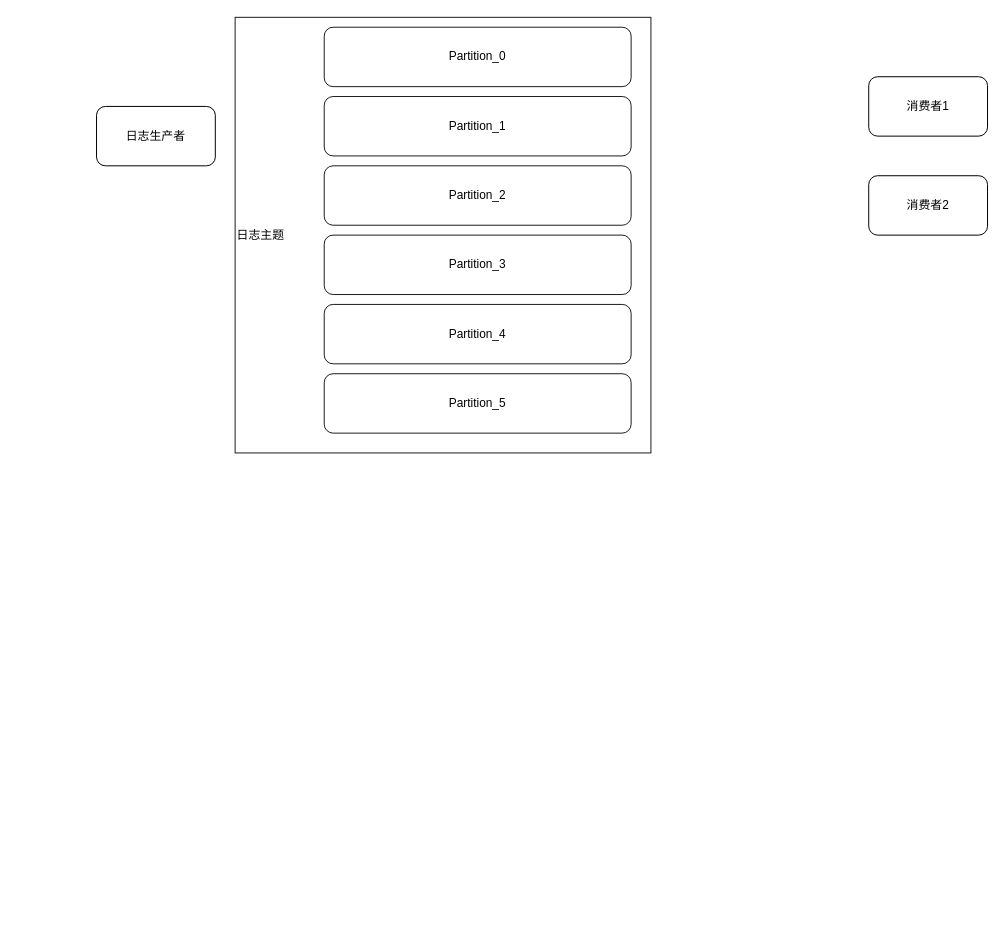
The draw.io diagram space/Untitled Diagram.drawio in lewinlee/draw.io, before the edit. Source tidied: cells renumbered, new cells numbered last; positions are measured from the earlier drawing's top-left corner, leaving out a move shared by most shapes. Both pictures are drawn from the tidied source at 99%, with x=0, y=0 at pixel (96, 17).
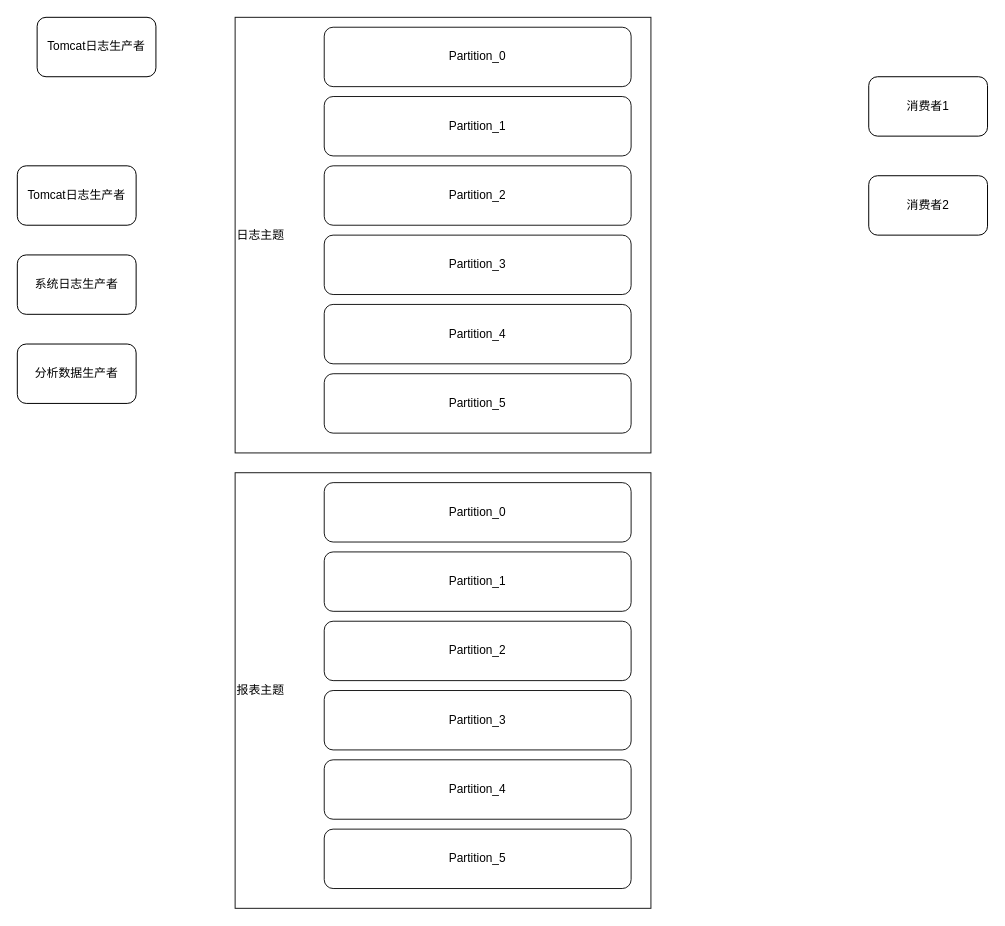
The same diagram, later.

Change to the diagram source:
```diff
@@
-    <mxCell id="2" value="日志生产者" style="rounded=1;whiteSpace=wrap;html=1;" parent="1" vertex="1">
-      <mxGeometry y="90" width="120" height="60" as="geometry" />
+    <mxCell id="2" value="Tomcat日志生产者" style="rounded=1;whiteSpace=wrap;html=1;" parent="1" vertex="1">
+      <mxGeometry x="-80" y="150" width="120" height="60" as="geometry" />
     </mxCell>
@@
+    <mxCell id="12" value="系统日志生产者" style="rounded=1;whiteSpace=wrap;html=1;" parent="1" vertex="1">
+      <mxGeometry x="-80" y="240" width="120" height="60" as="geometry" />
+    </mxCell>
+    <mxCell id="13" value="分析数据生产者" style="rounded=1;whiteSpace=wrap;html=1;" parent="1" vertex="1">
+      <mxGeometry x="-80" y="330" width="120" height="60" as="geometry" />
+    </mxCell>
+    <mxCell id="14" value="报表主题" style="rounded=0;whiteSpace=wrap;html=1;opacity=90;align=left;" parent="1" vertex="1">
+      <mxGeometry x="140" y="460" width="420" height="440" as="geometry" />
+    </mxCell>
+    <mxCell id="15" value="Partition_0" style="rounded=1;whiteSpace=wrap;html=1;opacity=90;" parent="1" vertex="1">
+      <mxGeometry x="230" y="470" width="310" height="60" as="geometry" />
+    </mxCell>
+    <mxCell id="16" value="Partition_1" style="rounded=1;whiteSpace=wrap;html=1;opacity=90;" parent="1" vertex="1">
+      <mxGeometry x="230" y="540" width="310" height="60" as="geometry" />
+    </mxCell>
+    <mxCell id="17" value="Partition_2" style="rounded=1;whiteSpace=wrap;html=1;opacity=90;" parent="1" vertex="1">
+      <mxGeometry x="230" y="610" width="310" height="60" as="geometry" />
+    </mxCell>
+    <mxCell id="18" value="Partition_3" style="rounded=1;whiteSpace=wrap;html=1;opacity=90;" parent="1" vertex="1">
+      <mxGeometry x="230" y="680" width="310" height="60" as="geometry" />
+    </mxCell>
+    <mxCell id="19" value="Partition_4" style="rounded=1;whiteSpace=wrap;html=1;opacity=90;" parent="1" vertex="1">
+      <mxGeometry x="230" y="750" width="310" height="60" as="geometry" />
+    </mxCell>
+    <mxCell id="20" value="Partition_5" style="rounded=1;whiteSpace=wrap;html=1;opacity=90;" parent="1" vertex="1">
+      <mxGeometry x="230" y="820" width="310" height="60" as="geometry" />
+    </mxCell>
+    <mxCell id="21" value="Tomcat日志生产者" style="rounded=1;whiteSpace=wrap;html=1;" parent="1" vertex="1">
+      <mxGeometry x="-60" width="120" height="60" as="geometry" />
+    </mxCell>
```
